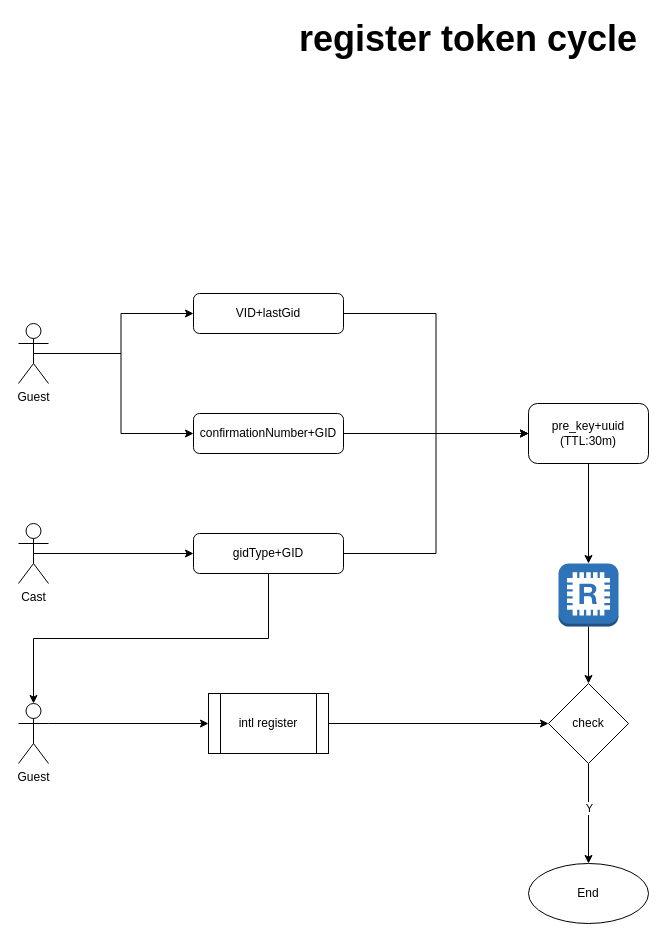
Above: disney/intl-register-token-cycle.drawio in lixyu/draw (draw.io), before the change. Source tidied: cells renumbered, new cells numbered last; positions are measured from the earlier drawing's top-left corner, leaving out a move shared by most shapes. Both pictures are drawn from the tidied source at 100%, with x=0, y=0 at pixel (18, 23).
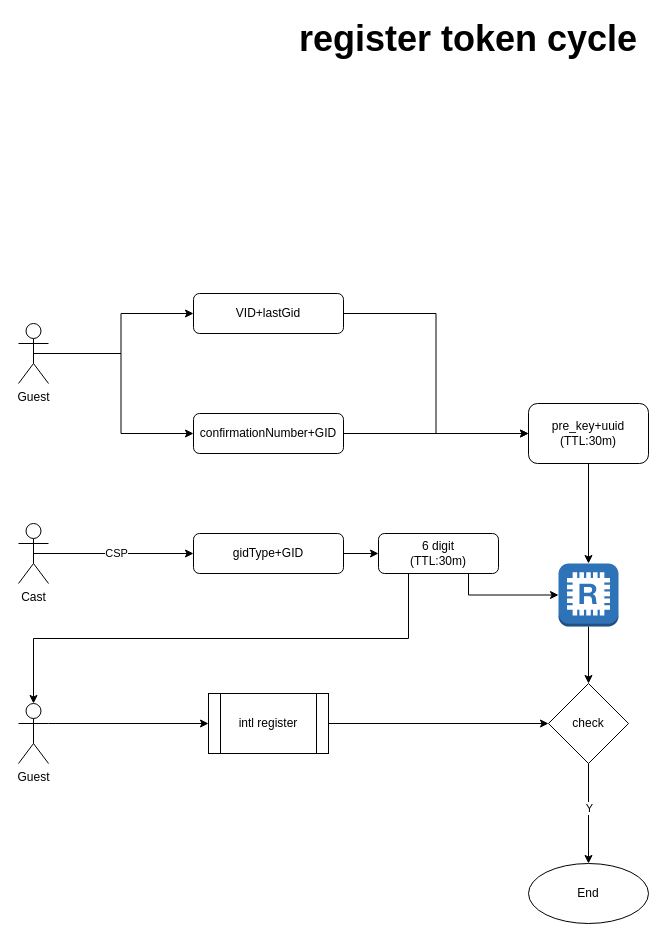
The same diagram, later.

Unchanged cells that the change refers to:
```xml
<mxCell id="8" value="gidType+GID" style="rounded=1;whiteSpace=wrap;html=1;" parent="1" vertex="1">
  <mxGeometry x="175" y="510" width="150" height="40" as="geometry" />
</mxCell>
<mxCell id="9" value="pre_key+uuid&lt;div&gt;(TTL:30m)&lt;/div&gt;" style="rounded=1;whiteSpace=wrap;html=1;" parent="1" vertex="1">
  <mxGeometry x="510" y="380" width="120" height="60" as="geometry" />
</mxCell>
<mxCell id="13" style="edgeStyle=orthogonalEdgeStyle;rounded=0;jettySize=auto;html=1;exitX=0.5;exitY=0.5;exitDx=0;exitDy=0;exitPerimeter=0;entryX=0;entryY=0.5;entryDx=0;entryDy=0;" parent="1" edge="1" source="14" target="8">
  <mxGeometry relative="1" as="geometry" />
</mxCell>
<mxCell id="16" value="Guest" style="shape=umlActor;verticalLabelPosition=bottom;verticalAlign=top;html=1;outlineConnect=0;" parent="1" vertex="1">
  <mxGeometry y="680" width="30" height="60" as="geometry" />
</mxCell>
<mxCell id="20" style="outlineConnect=0;dashed=0;verticalLabelPosition=bottom;verticalAlign=top;align=center;html=1;shape=mxgraph.aws3.redis;fillColor=#2E73B8;gradientColor=none;" parent="1" vertex="1">
  <mxGeometry x="540" y="540" width="60" height="63" as="geometry" />
</mxCell>
```

Change to the diagram source:
```diff
@@
-    <mxCell id="7" style="edgeStyle=orthogonalEdgeStyle;rounded=0;jettySize=auto;html=1;exitX=1;exitY=0.5;exitDx=0;exitDy=0;entryX=0;entryY=0.5;entryDx=0;entryDy=0;" parent="1" edge="1" source="8" target="9">
-      <mxGeometry relative="1" as="geometry" />
-    </mxCell>
+    <mxCell id="27" style="edgeStyle=orthogonalEdgeStyle;rounded=0;jettySize=auto;html=1;" parent="1" edge="1" source="8" target="29">
+      <mxGeometry relative="1" as="geometry" />
+    </mxCell>
@@
+    <mxCell id="28" value="CSP" style="edgeLabel;html=1;align=center;verticalAlign=middle;" parent="13" vertex="1">
+      <mxGeometry x="0.02" y="1" relative="1" as="geometry" />
+    </mxCell>
@@
-    <mxCell id="25" style="edgeStyle=orthogonalEdgeStyle;rounded=0;jettySize=auto;html=1;exitX=0.5;exitY=1;exitDx=0;exitDy=0;entryX=0.5;entryY=0;entryDx=0;entryDy=0;entryPerimeter=0;" parent="1" edge="1" source="8" target="16">
+    <mxCell id="25" style="edgeStyle=orthogonalEdgeStyle;rounded=0;jettySize=auto;html=1;exitX=0.25;exitY=1;exitDx=0;exitDy=0;entryX=0.5;entryY=0;entryDx=0;entryDy=0;entryPerimeter=0;" parent="1" edge="1" source="29" target="16">
       <mxGeometry relative="1" as="geometry" />
     </mxCell>
@@
+    <mxCell id="29" value="6 digit&lt;br&gt;(TTL:30m)" style="rounded=1;whiteSpace=wrap;html=1;" parent="1" vertex="1">
+      <mxGeometry x="360" y="510" width="120" height="40" as="geometry" />
+    </mxCell>
+    <mxCell id="30" style="edgeStyle=orthogonalEdgeStyle;rounded=0;jettySize=auto;html=1;exitX=0.75;exitY=1;exitDx=0;exitDy=0;entryX=0;entryY=0.5;entryDx=0;entryDy=0;entryPerimeter=0;" parent="1" edge="1" source="29" target="20">
+      <mxGeometry relative="1" as="geometry" />
+    </mxCell>
```
